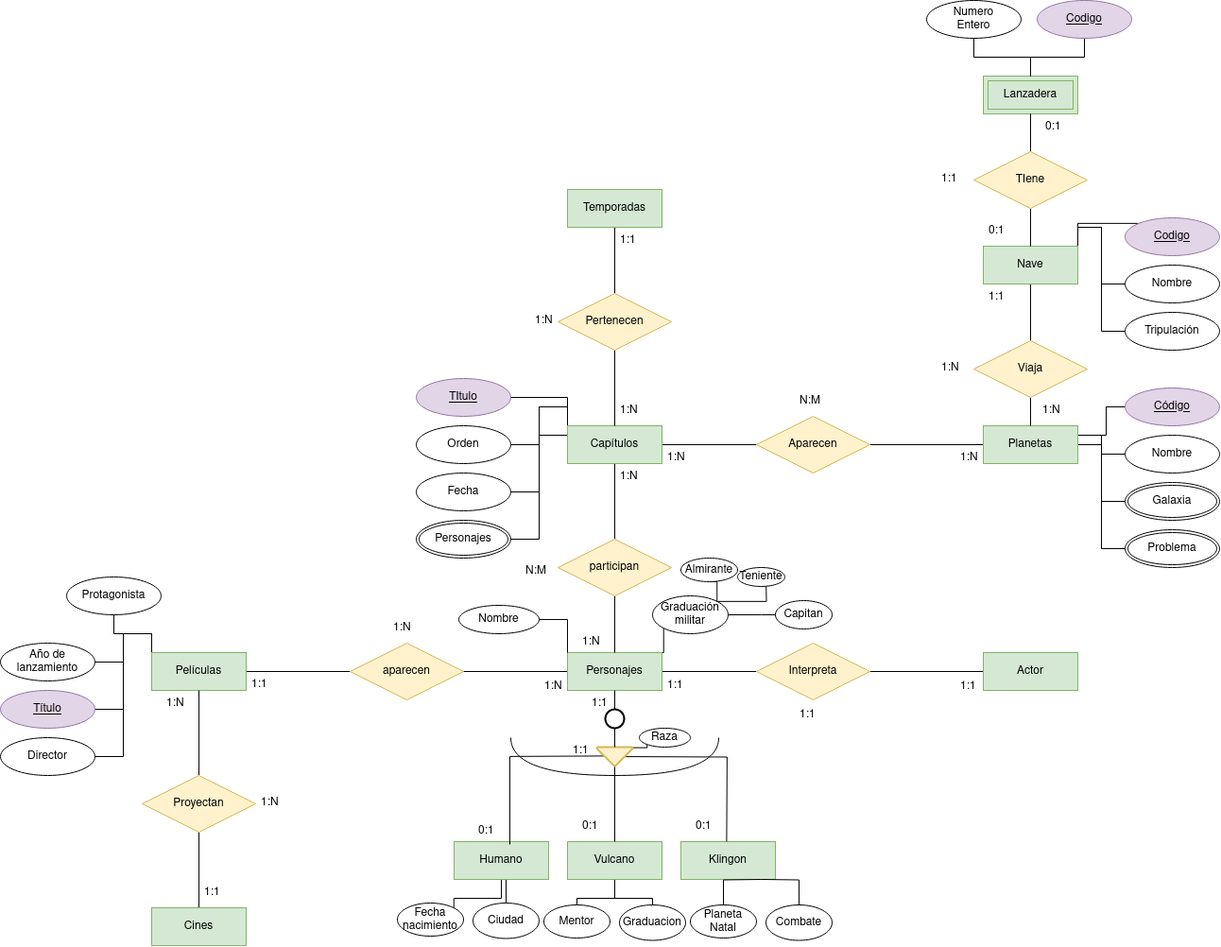
Above: Unidad-1/Tareas/Tarea-evaluable3/Diagrama sin título.drawio.png in jdrguez/2-Daw (draw.io), before the change. Source tidied: cells renumbered, new cells last; positions are measured from the earlier drawing's top-left corner, leaving out a move shared by most shapes.
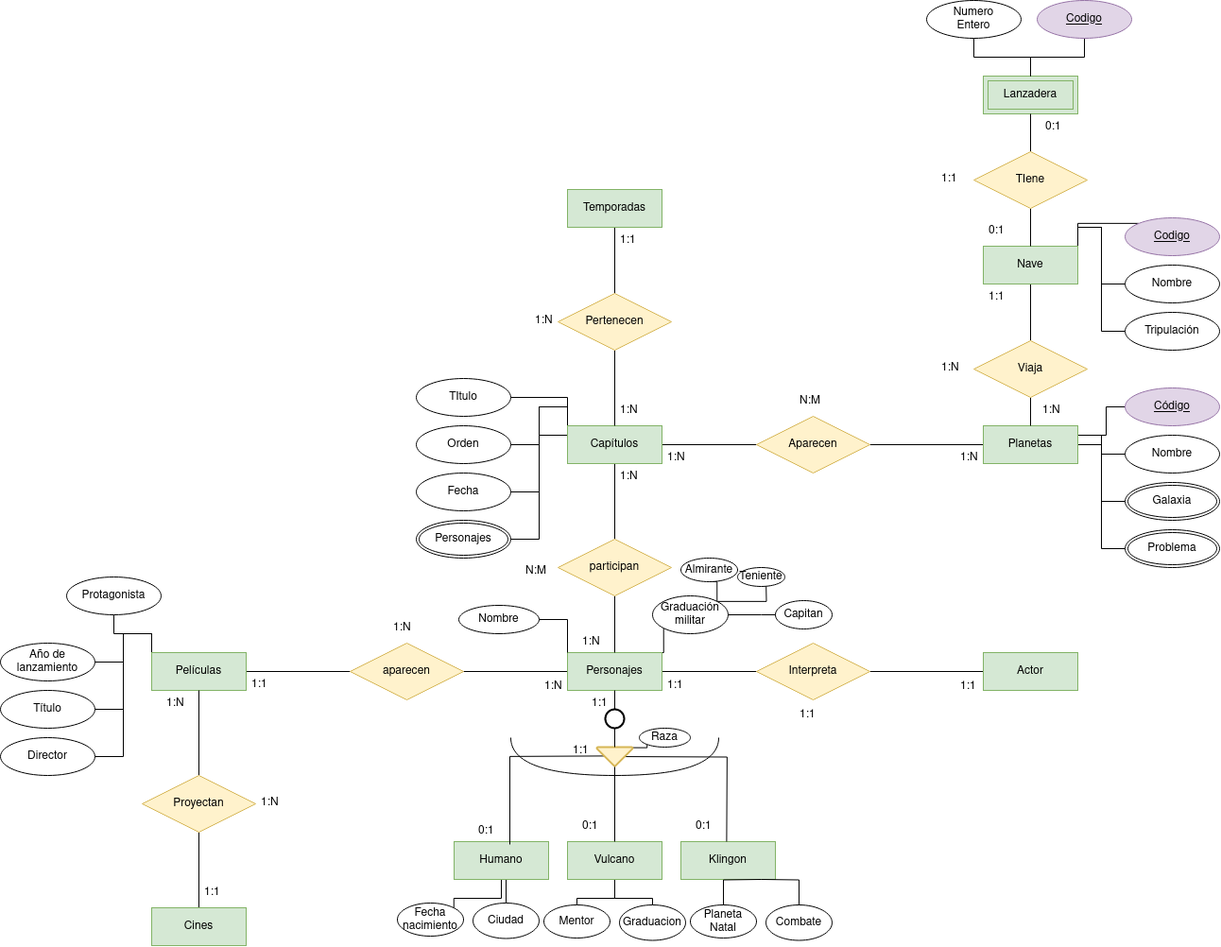
The same diagram one commit later.

The edit, as a diff of the source:
```diff
@@ -235,7 +235,7 @@
     <mxCell id="74" value="&lt;div&gt;Año de &lt;br&gt;&lt;/div&gt;&lt;div&gt;lanzamiento&lt;br&gt;&lt;/div&gt;" style="ellipse;whiteSpace=wrap;html=1;align=center;" parent="1" vertex="1">
       <mxGeometry y="680" width="100" height="40" as="geometry" />
     </mxCell>
-    <mxCell id="75" value="&lt;u&gt;Título&lt;/u&gt;" style="ellipse;whiteSpace=wrap;html=1;align=center;fillColor=#e1d5e7;strokeColor=#9673a6;" parent="1" vertex="1">
+    <mxCell id="75" value="&lt;span&gt;Título&lt;/span&gt;" style="ellipse;whiteSpace=wrap;html=1;align=center;fontStyle=0;" parent="1" vertex="1">
       <mxGeometry y="730" width="100" height="40" as="geometry" />
     </mxCell>
     <mxCell id="76" value="Director" style="ellipse;whiteSpace=wrap;html=1;align=center;" parent="1" vertex="1">
@@ -262,7 +262,7 @@
     <mxCell id="83" value="Tripulación" style="ellipse;whiteSpace=wrap;html=1;align=center;" parent="1" vertex="1">
       <mxGeometry x="1190" y="330" width="100" height="40" as="geometry" />
     </mxCell>
-    <mxCell id="84" value="&lt;u&gt;TItulo&lt;/u&gt;" style="ellipse;whiteSpace=wrap;html=1;align=center;fillColor=#e1d5e7;strokeColor=#9673a6;" parent="1" vertex="1">
+    <mxCell id="84" value="&lt;span&gt;TItulo&lt;/span&gt;" style="ellipse;whiteSpace=wrap;html=1;align=center;fontStyle=0;" parent="1" vertex="1">
       <mxGeometry x="440" y="400" width="100" height="40" as="geometry" />
     </mxCell>
     <mxCell id="85" value="Orden" style="ellipse;whiteSpace=wrap;html=1;align=center;" parent="1" vertex="1">
```
